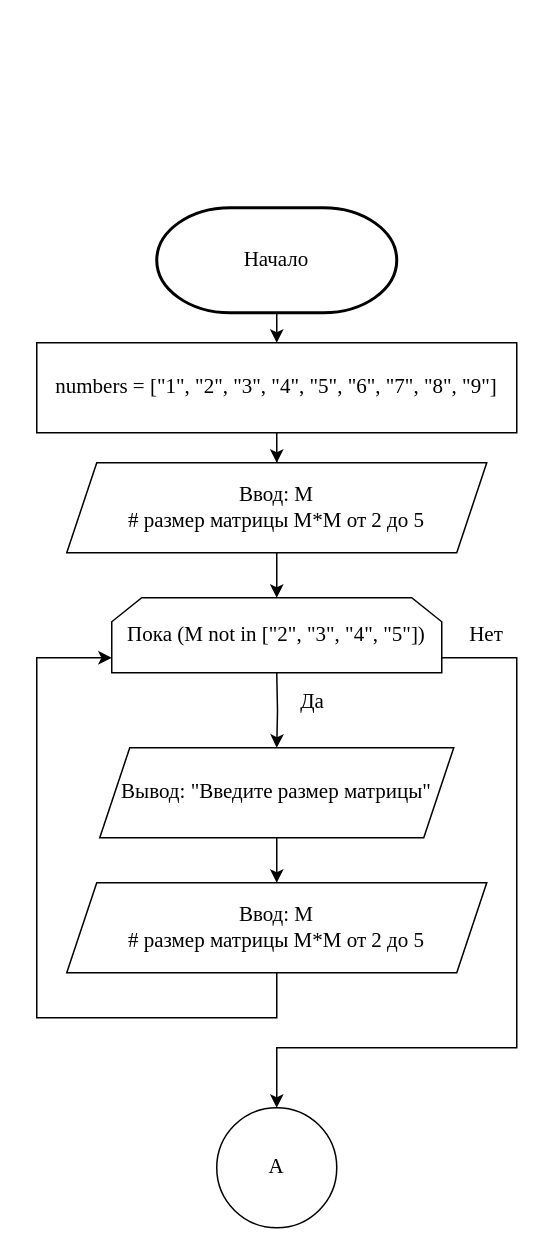
Earlier version of the draw.io diagram page "Страница 1" (1 of 8) of 1 курс/1 семестр/Информатика/Практические работы/12/Диаграмма 12.drawio (Kirill010/RTU-MIREA). Source tidied: cells renumbered, new cells numbered last; positions are measured from the earlier drawing's top-left corner, leaving out a move shared by most shapes. Both pictures are drawn from the tidied source at 150%, with x=0, y=0 at pixel (36, 207).
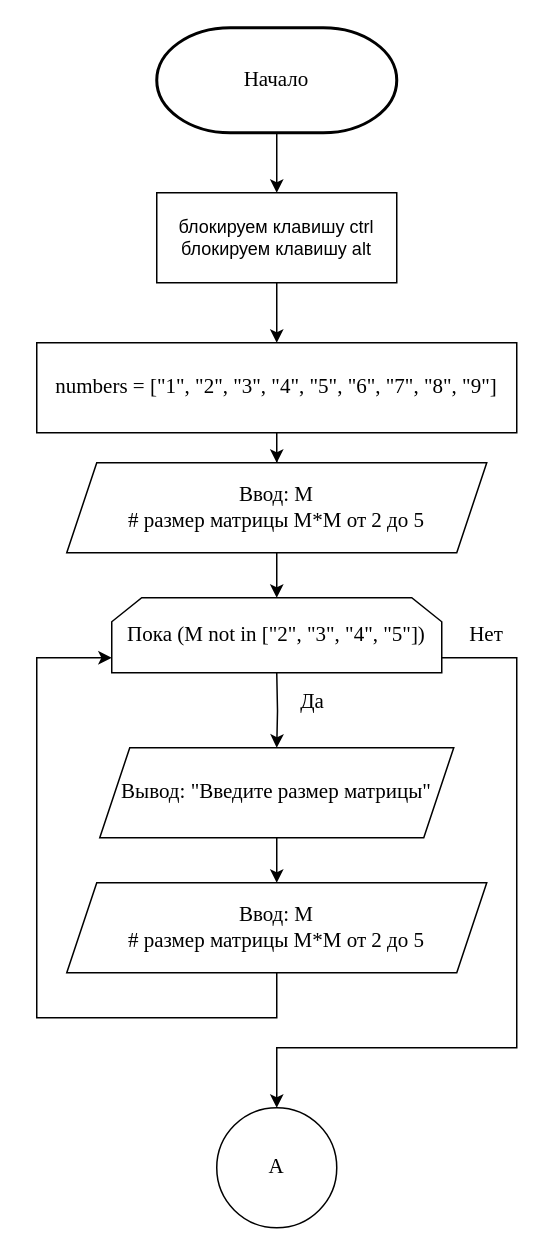
After the change.

Unchanged cells that the change refers to:
```xml
<mxCell id="5" value="&lt;font style=&quot;font-size: 14px;&quot; face=&quot;Times New Roman&quot;&gt;numbers = [&quot;1&quot;, &quot;2&quot;, &quot;3&quot;, &quot;4&quot;, &quot;5&quot;, &quot;6&quot;, &quot;7&quot;, &quot;8&quot;, &quot;9&quot;]&lt;br&gt;&lt;/font&gt;" style="rounded=0;whiteSpace=wrap;html=1;" parent="1" vertex="1">
  <mxGeometry y="90" width="320" height="60" as="geometry" />
</mxCell>
```

Diff of the diagram source:
```diff
@@
-    <mxCell id="2" style="edgeStyle=orthogonalEdgeStyle;rounded=0;jettySize=auto;html=1;exitX=0.5;exitY=1;exitDx=0;exitDy=0;exitPerimeter=0;entryX=0.5;entryY=0;entryDx=0;entryDy=0;" parent="1" edge="1" source="3" target="5">
-      <mxGeometry relative="1" as="geometry" />
+    <mxCell id="2" style="edgeStyle=orthogonalEdgeStyle;rounded=0;jettySize=auto;html=1;exitX=0.5;exitY=1;exitDx=0;exitDy=0;exitPerimeter=0;" parent="1" edge="1" source="3">
+      <mxGeometry relative="1" as="geometry">
+        <mxPoint x="160" y="-10" as="targetPoint" />
+      </mxGeometry>
     </mxCell>
     <mxCell id="3" value="&lt;font style=&quot;font-size: 14px;&quot; face=&quot;Times New Roman&quot;&gt;Начало&lt;/font&gt;" style="strokeWidth=2;html=1;shape=mxgraph.flowchart.terminator;whiteSpace=wrap;" parent="1" vertex="1">
-      <mxGeometry x="80" width="160" height="70" as="geometry" />
+      <mxGeometry x="80" y="-120" width="160" height="70" as="geometry" />
     </mxCell>
@@
+    <mxCell id="18" style="edgeStyle=orthogonalEdgeStyle;rounded=0;jettySize=auto;html=1;entryX=0.5;entryY=0;entryDx=0;entryDy=0;" parent="1" edge="1" source="19" target="5">
+      <mxGeometry relative="1" as="geometry" />
+    </mxCell>
+    <mxCell id="19" value="блокируем клавишу ctrl&lt;br&gt;блокируем клавишу alt" style="rounded=0;whiteSpace=wrap;html=1;" parent="1" vertex="1">
+      <mxGeometry x="80" y="-10" width="160" height="60" as="geometry" />
+    </mxCell>
```
